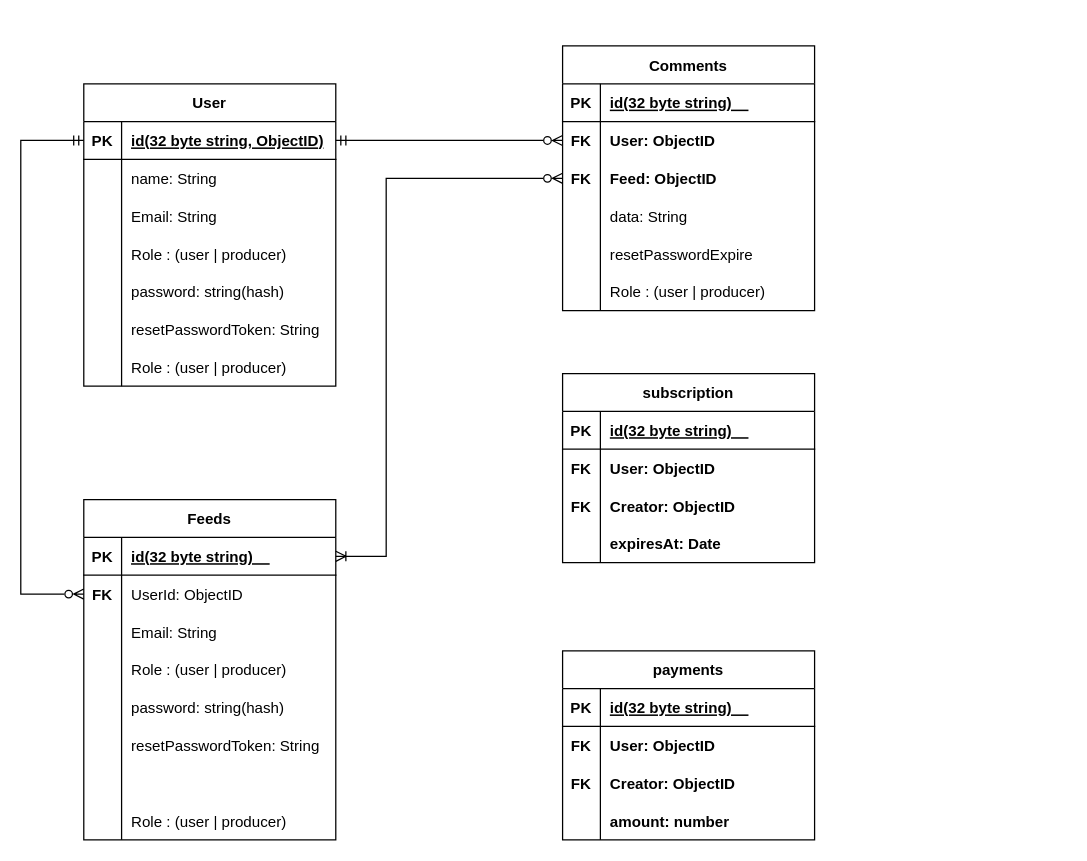
KrtinShet/go-fans keeps this draw.io diagram as Design&UML.drawio. Above is the earlier version. Source tidied: cells renumbered, new cells numbered last; positions are measured from the earlier drawing's top-left corner, leaving out a move shared by most shapes. Both pictures are drawn from the tidied source at 126%, with x=0, y=0 at pixel (20, 45).
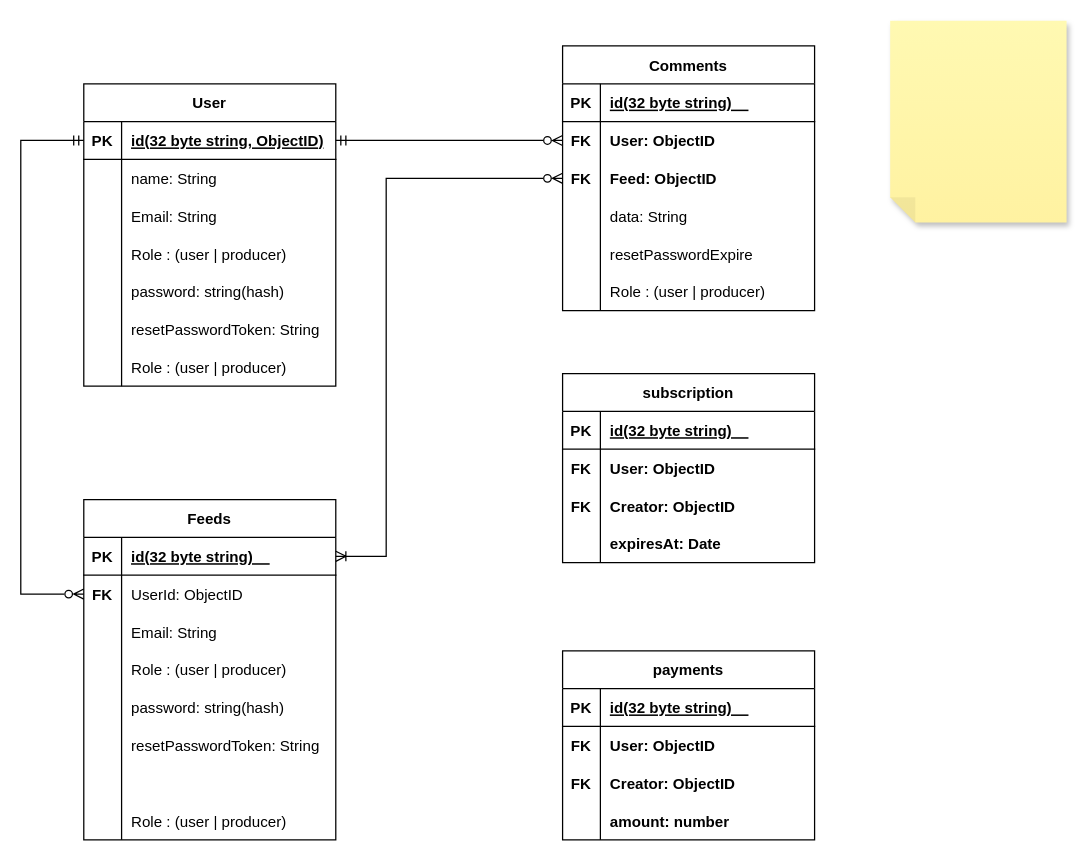
After the change.

The edit, as a diff of the source:
```diff
@@
+    <mxCell id="97" style="shape=note;whiteSpace=wrap;html=1;backgroundOutline=1;fontColor=#000000;darkOpacity=0.05;fillColor=#FFF9B2;strokeColor=none;fillStyle=solid;direction=west;gradientDirection=north;gradientColor=#FFF2A1;shadow=1;size=20;" parent="1" vertex="1">
+      <mxGeometry x="690" y="-20" width="140" height="160" as="geometry" />
+    </mxCell>
```
